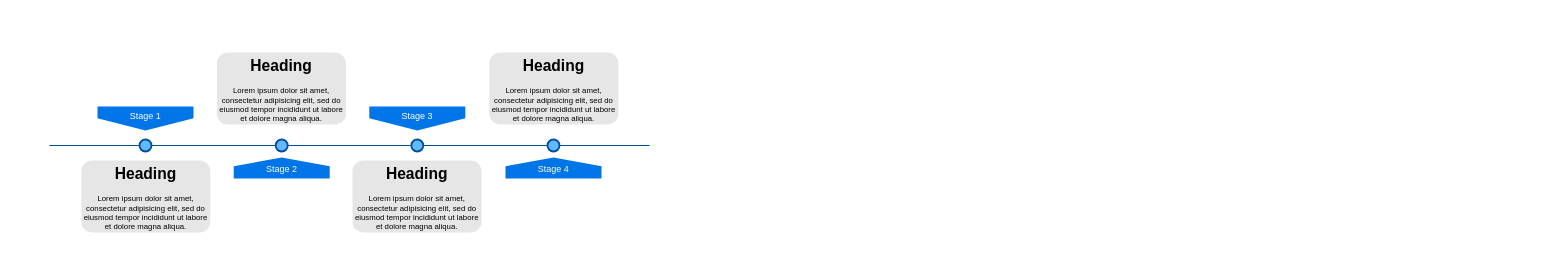
This is Diagram/Diagram Flow Eform V.1.0.2.drawio from frandachi/appdiagrams, a draw.io file, before an edit. Source tidied: cells renumbered, new cells numbered last; positions are measured from the earlier drawing's top-left corner, leaving out a move shared by most shapes. Both pictures are drawn from the tidied source at 60%, with x=0, y=0 at pixel (49, 52).
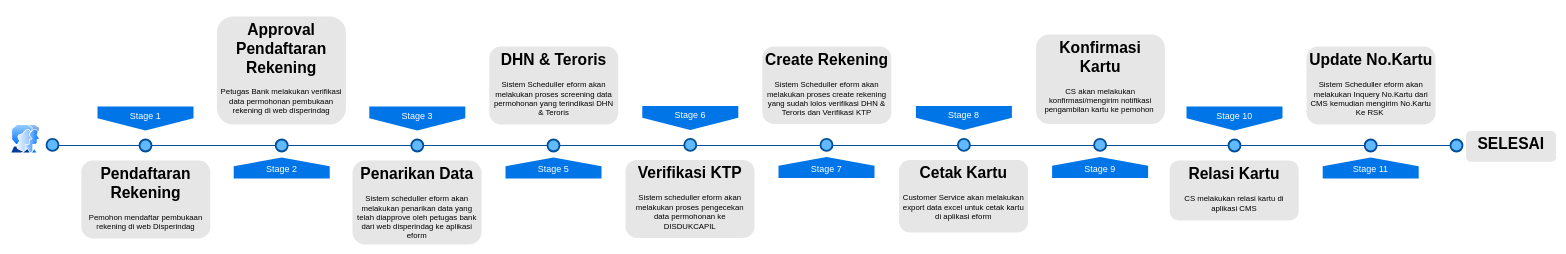
Above is the later version.

The edit, as a diff of the source:
```diff
@@
     <mxCell id="2" style="line;strokeWidth=2;html=1;fillColor=none;fontSize=28;fontColor=#004D99;strokeColor=#004D99;" parent="1" vertex="1">
-      <mxGeometry y="150" width="1000" height="10" as="geometry" />
+      <mxGeometry y="150" width="2350" height="10" as="geometry" />
     </mxCell>
@@
-    <mxCell id="6" value="&lt;span&gt;Stage 4&lt;/span&gt;" style="shape=offPageConnector;whiteSpace=wrap;html=1;fillColor=#0075E8;fontSize=15;fontColor=#FFFFFF;size=0.4178571428571445;flipV=1;verticalAlign=bottom;strokeColor=none;spacingBottom=4;" parent="1" vertex="1">
+    <mxCell id="6" value="&lt;span&gt;Stage 5&lt;/span&gt;" style="shape=offPageConnector;whiteSpace=wrap;html=1;fillColor=#0075E8;fontSize=15;fontColor=#FFFFFF;size=0.4178571428571445;flipV=1;verticalAlign=bottom;strokeColor=none;spacingBottom=4;" parent="1" vertex="1">
       <mxGeometry x="760" y="175" width="160" height="35" as="geometry" />
     </mxCell>
@@
-    <mxCell id="11" value="&lt;h1&gt;Heading&lt;/h1&gt;&lt;p&gt;Lorem ipsum dolor sit amet, consectetur adipisicing elit, sed do eiusmod tempor incididunt ut labore et dolore magna aliqua.&lt;/p&gt;" style="text;html=1;spacing=5;spacingTop=-20;whiteSpace=wrap;overflow=hidden;strokeColor=none;strokeWidth=3;fillColor=#E6E6E6;fontSize=13;fontColor=#000000;align=center;rounded=1;" parent="1" vertex="1">
-      <mxGeometry x="53" y="180" width="215" height="120" as="geometry" />
+    <mxCell id="11" value="&lt;h1&gt;Pendaftaran Rekening&lt;/h1&gt;&lt;p&gt;Pemohon mendaftar pembukaan rekening di web Disperindag&lt;/p&gt;" style="text;html=1;spacing=5;spacingTop=-20;whiteSpace=wrap;overflow=hidden;strokeColor=none;strokeWidth=3;fillColor=#E6E6E6;fontSize=13;fontColor=#000000;align=center;rounded=1;" parent="1" vertex="1">
+      <mxGeometry x="53" y="180" width="215" height="130" as="geometry" />
     </mxCell>
-    <mxCell id="12" value="&lt;h1&gt;Heading&lt;/h1&gt;&lt;p&gt;Lorem ipsum dolor sit amet, consectetur adipisicing elit, sed do eiusmod tempor incididunt ut labore et dolore magna aliqua.&lt;/p&gt;" style="text;html=1;spacing=5;spacingTop=-20;whiteSpace=wrap;overflow=hidden;strokeColor=none;strokeWidth=3;fillColor=#E6E6E6;fontSize=13;fontColor=#000000;align=center;rounded=1;" parent="1" vertex="1">
-      <mxGeometry x="279" width="215" height="120" as="geometry" />
+    <mxCell id="12" value="&lt;h1&gt;Approval Pendaftaran Rekening&lt;/h1&gt;&lt;p&gt;Petugas Bank melakukan verifikasi data permohonan pembukaan rekening di web disperindag&lt;/p&gt;" style="text;html=1;spacing=5;spacingTop=-20;whiteSpace=wrap;overflow=hidden;strokeColor=none;strokeWidth=3;fillColor=#E6E6E6;fontSize=13;fontColor=#000000;align=center;rounded=1;" parent="1" vertex="1">
+      <mxGeometry x="279" y="-60" width="215" height="180" as="geometry" />
     </mxCell>
-    <mxCell id="13" value="&lt;h1&gt;Heading&lt;/h1&gt;&lt;p&gt;Lorem ipsum dolor sit amet, consectetur adipisicing elit, sed do eiusmod tempor incididunt ut labore et dolore magna aliqua.&lt;/p&gt;" style="text;html=1;spacing=5;spacingTop=-20;whiteSpace=wrap;overflow=hidden;strokeColor=none;strokeWidth=3;fillColor=#E6E6E6;fontSize=13;fontColor=#000000;align=center;rounded=1;" parent="1" vertex="1">
-      <mxGeometry x="505" y="180" width="215" height="120" as="geometry" />
+    <mxCell id="13" value="&lt;h1&gt;&amp;nbsp;Penarikan Data&amp;nbsp;&lt;/h1&gt;&lt;p&gt;Sistem scheduller eform akan melakukan penarikan data yang telah diapprove oleh petugas bank dari web disperindag ke aplikasi eform&lt;/p&gt;" style="text;html=1;spacing=5;spacingTop=-20;whiteSpace=wrap;overflow=hidden;strokeColor=none;strokeWidth=3;fillColor=#E6E6E6;fontSize=13;fontColor=#000000;align=center;rounded=1;" parent="1" vertex="1">
+      <mxGeometry x="505" y="180" width="215" height="140" as="geometry" />
     </mxCell>
-    <mxCell id="14" value="&lt;h1&gt;Heading&lt;/h1&gt;&lt;p&gt;Lorem ipsum dolor sit amet, consectetur adipisicing elit, sed do eiusmod tempor incididunt ut labore et dolore magna aliqua.&lt;/p&gt;" style="text;html=1;spacing=5;spacingTop=-20;whiteSpace=wrap;overflow=hidden;strokeColor=none;strokeWidth=3;fillColor=#E6E6E6;fontSize=13;fontColor=#000000;align=center;rounded=1;" parent="1" vertex="1">
-      <mxGeometry x="733" width="215" height="120" as="geometry" />
+    <mxCell id="14" value="&lt;h1&gt;DHN &amp;amp; Teroris&lt;/h1&gt;&lt;p&gt;Sistem Scheduller eform akan melakukan proses&amp;nbsp;screening data permohonan yang terindikasi DHN &amp;amp; Teroris&lt;/p&gt;" style="text;html=1;spacing=5;spacingTop=-20;whiteSpace=wrap;overflow=hidden;strokeColor=none;strokeWidth=3;fillColor=#E6E6E6;fontSize=13;fontColor=#000000;align=center;rounded=1;" parent="1" vertex="1">
+      <mxGeometry x="733" y="-10" width="215" height="130" as="geometry" />
     </mxCell>
+    <mxCell id="15" style="image;perimeter=ellipsePerimeter;html=1;align=center;shadow=0;dashed=0;spacingTop=3;image=img/lib/active_directory/user_accounts.svg;" parent="1" vertex="1">
+      <mxGeometry x="-65" y="120" width="50" height="48.5" as="geometry" />
+    </mxCell>
+    <mxCell id="16" value="&lt;span&gt;Stage 6&lt;/span&gt;" style="shape=offPageConnector;whiteSpace=wrap;html=1;fillColor=#0075E8;fontSize=15;fontColor=#FFFFFF;size=0.5093750000000015;verticalAlign=top;strokeColor=none;" parent="1" vertex="1">
+      <mxGeometry x="988" y="89" width="160" height="40" as="geometry" />
+    </mxCell>
+    <mxCell id="17" value="&lt;span&gt;Stage 7&lt;/span&gt;" style="shape=offPageConnector;whiteSpace=wrap;html=1;fillColor=#0075E8;fontSize=15;fontColor=#FFFFFF;size=0.4178571428571445;flipV=1;verticalAlign=bottom;strokeColor=none;spacingBottom=4;" parent="1" vertex="1">
+      <mxGeometry x="1215" y="174" width="160" height="35" as="geometry" />
+    </mxCell>
+    <mxCell id="18" style="ellipse;whiteSpace=wrap;html=1;fillColor=#61BAFF;fontSize=28;fontColor=#004D99;strokeWidth=3;strokeColor=#004D99;" parent="1" vertex="1">
+      <mxGeometry x="1058" y="144" width="20" height="20" as="geometry" />
+    </mxCell>
+    <mxCell id="19" style="ellipse;whiteSpace=wrap;html=1;fillColor=#61BAFF;fontSize=28;fontColor=#004D99;strokeWidth=3;strokeColor=#004D99;" parent="1" vertex="1">
+      <mxGeometry x="1285" y="144" width="20" height="20" as="geometry" />
+    </mxCell>
+    <mxCell id="20" value="&lt;h1&gt;&amp;nbsp;Verifikasi KTP&amp;nbsp;&lt;/h1&gt;&lt;p&gt;Sistem scheduller eform akan melakukan proses pengecekan data permohonan ke DISDUKCAPIL&lt;/p&gt;" style="text;html=1;spacing=5;spacingTop=-20;whiteSpace=wrap;overflow=hidden;strokeColor=none;strokeWidth=3;fillColor=#E6E6E6;fontSize=13;fontColor=#000000;align=center;rounded=1;" parent="1" vertex="1">
+      <mxGeometry x="960" y="179" width="215" height="130" as="geometry" />
+    </mxCell>
+    <mxCell id="21" value="&lt;h1&gt;Create Rekening&lt;/h1&gt;&lt;p&gt;Sistem Scheduller eform akan melakukan proses create rekening yang sudah lolos verifikasi DHN &amp;amp; Teroris dan Verifikasi KTP&lt;/p&gt;" style="text;html=1;spacing=5;spacingTop=-20;whiteSpace=wrap;overflow=hidden;strokeColor=none;strokeWidth=3;fillColor=#E6E6E6;fontSize=13;fontColor=#000000;align=center;rounded=1;" parent="1" vertex="1">
+      <mxGeometry x="1188" y="-10" width="215" height="129" as="geometry" />
+    </mxCell>
+    <mxCell id="22" value="&lt;span&gt;Stage 8&lt;/span&gt;" style="shape=offPageConnector;whiteSpace=wrap;html=1;fillColor=#0075E8;fontSize=15;fontColor=#FFFFFF;size=0.5093750000000015;verticalAlign=top;strokeColor=none;" parent="1" vertex="1">
+      <mxGeometry x="1444" y="89" width="160" height="40" as="geometry" />
+    </mxCell>
+    <mxCell id="23" value="&lt;span&gt;Stage 9&lt;/span&gt;" style="shape=offPageConnector;whiteSpace=wrap;html=1;fillColor=#0075E8;fontSize=15;fontColor=#FFFFFF;size=0.4178571428571445;flipV=1;verticalAlign=bottom;strokeColor=none;spacingBottom=4;" parent="1" vertex="1">
+      <mxGeometry x="1671" y="174" width="160" height="35" as="geometry" />
+    </mxCell>
+    <mxCell id="24" style="ellipse;whiteSpace=wrap;html=1;fillColor=#61BAFF;fontSize=28;fontColor=#004D99;strokeWidth=3;strokeColor=#004D99;" parent="1" vertex="1">
+      <mxGeometry x="1514" y="144" width="20" height="20" as="geometry" />
+    </mxCell>
+    <mxCell id="25" style="ellipse;whiteSpace=wrap;html=1;fillColor=#61BAFF;fontSize=28;fontColor=#004D99;strokeWidth=3;strokeColor=#004D99;" parent="1" vertex="1">
+      <mxGeometry x="1741" y="144" width="20" height="20" as="geometry" />
+    </mxCell>
+    <mxCell id="26" value="&lt;h1&gt;&amp;nbsp;Cetak Kartu&amp;nbsp;&lt;/h1&gt;&lt;p&gt;Customer Service akan melakukan export data excel untuk cetak kartu di aplikasi eform&lt;/p&gt;" style="text;html=1;spacing=5;spacingTop=-20;whiteSpace=wrap;overflow=hidden;strokeColor=none;strokeWidth=3;fillColor=#E6E6E6;fontSize=13;fontColor=#000000;align=center;rounded=1;" parent="1" vertex="1">
+      <mxGeometry x="1416" y="179" width="215" height="121" as="geometry" />
+    </mxCell>
+    <mxCell id="27" value="&lt;h1&gt;Konfirmasi Kartu&lt;/h1&gt;&lt;p&gt;CS akan melakukan konfirmasi/mengirim notifikasi pengambilan kartu ke pemohon&amp;nbsp;&lt;/p&gt;" style="text;html=1;spacing=5;spacingTop=-20;whiteSpace=wrap;overflow=hidden;strokeColor=none;strokeWidth=3;fillColor=#E6E6E6;fontSize=13;fontColor=#000000;align=center;rounded=1;" parent="1" vertex="1">
+      <mxGeometry x="1644" y="-30" width="215" height="149" as="geometry" />
+    </mxCell>
+    <mxCell id="28" value="&lt;span&gt;Stage 10&lt;/span&gt;" style="shape=offPageConnector;whiteSpace=wrap;html=1;fillColor=#0075E8;fontSize=15;fontColor=#FFFFFF;size=0.5093750000000015;verticalAlign=top;strokeColor=none;" parent="1" vertex="1">
+      <mxGeometry x="1895" y="90" width="160" height="40" as="geometry" />
+    </mxCell>
+    <mxCell id="29" value="&lt;span&gt;Stage 11&lt;/span&gt;" style="shape=offPageConnector;whiteSpace=wrap;html=1;fillColor=#0075E8;fontSize=15;fontColor=#FFFFFF;size=0.4178571428571445;flipV=1;verticalAlign=bottom;strokeColor=none;spacingBottom=4;" parent="1" vertex="1">
+      <mxGeometry x="2122" y="175" width="160" height="35" as="geometry" />
+    </mxCell>
+    <mxCell id="30" style="ellipse;whiteSpace=wrap;html=1;fillColor=#61BAFF;fontSize=28;fontColor=#004D99;strokeWidth=3;strokeColor=#004D99;" parent="1" vertex="1">
+      <mxGeometry x="1965" y="145" width="20" height="20" as="geometry" />
+    </mxCell>
+    <mxCell id="31" style="ellipse;whiteSpace=wrap;html=1;fillColor=#61BAFF;fontSize=28;fontColor=#004D99;strokeWidth=3;strokeColor=#004D99;" parent="1" vertex="1">
+      <mxGeometry x="2192" y="145" width="20" height="20" as="geometry" />
+    </mxCell>
+    <mxCell id="32" value="&lt;h1&gt;&amp;nbsp;Relasi Kartu&amp;nbsp;&lt;/h1&gt;&lt;p&gt;CS melakukan relasi kartu di aplikasi CMS&lt;/p&gt;" style="text;html=1;spacing=5;spacingTop=-20;whiteSpace=wrap;overflow=hidden;strokeColor=none;strokeWidth=3;fillColor=#E6E6E6;fontSize=13;fontColor=#000000;align=center;rounded=1;" parent="1" vertex="1">
+      <mxGeometry x="1867" y="180" width="215" height="100" as="geometry" />
+    </mxCell>
+    <mxCell id="33" value="&lt;h1&gt;Update No.Kartu&lt;/h1&gt;&lt;p&gt;Sistem Scheduller eform akan melakukan Inquery No.Kartu dari CMS kemudian mengirim No.Kartu Ke RSK&amp;nbsp;&lt;/p&gt;" style="text;html=1;spacing=5;spacingTop=-20;whiteSpace=wrap;overflow=hidden;strokeColor=none;strokeWidth=3;fillColor=#E6E6E6;fontSize=13;fontColor=#000000;align=center;rounded=1;" parent="1" vertex="1">
+      <mxGeometry x="2095" y="-10" width="215" height="130" as="geometry" />
+    </mxCell>
+    <mxCell id="34" value="&lt;h1&gt;SELESAI&lt;/h1&gt;" style="text;html=1;spacing=5;spacingTop=-20;whiteSpace=wrap;overflow=hidden;strokeColor=none;strokeWidth=3;fillColor=#E6E6E6;fontSize=13;fontColor=#000000;align=center;rounded=1;" parent="1" vertex="1">
+      <mxGeometry x="2361" y="131" width="150" height="51" as="geometry" />
+    </mxCell>
+    <mxCell id="35" style="ellipse;whiteSpace=wrap;html=1;fillColor=#61BAFF;fontSize=28;fontColor=#004D99;strokeWidth=3;strokeColor=#004D99;" parent="1" vertex="1">
+      <mxGeometry x="2335" y="145" width="20" height="20" as="geometry" />
+    </mxCell>
+    <mxCell id="36" style="ellipse;whiteSpace=wrap;html=1;fillColor=#61BAFF;fontSize=28;fontColor=#004D99;strokeWidth=3;strokeColor=#004D99;" parent="1" vertex="1">
+      <mxGeometry x="-5" y="144" width="20" height="20" as="geometry" />
+    </mxCell>
```
